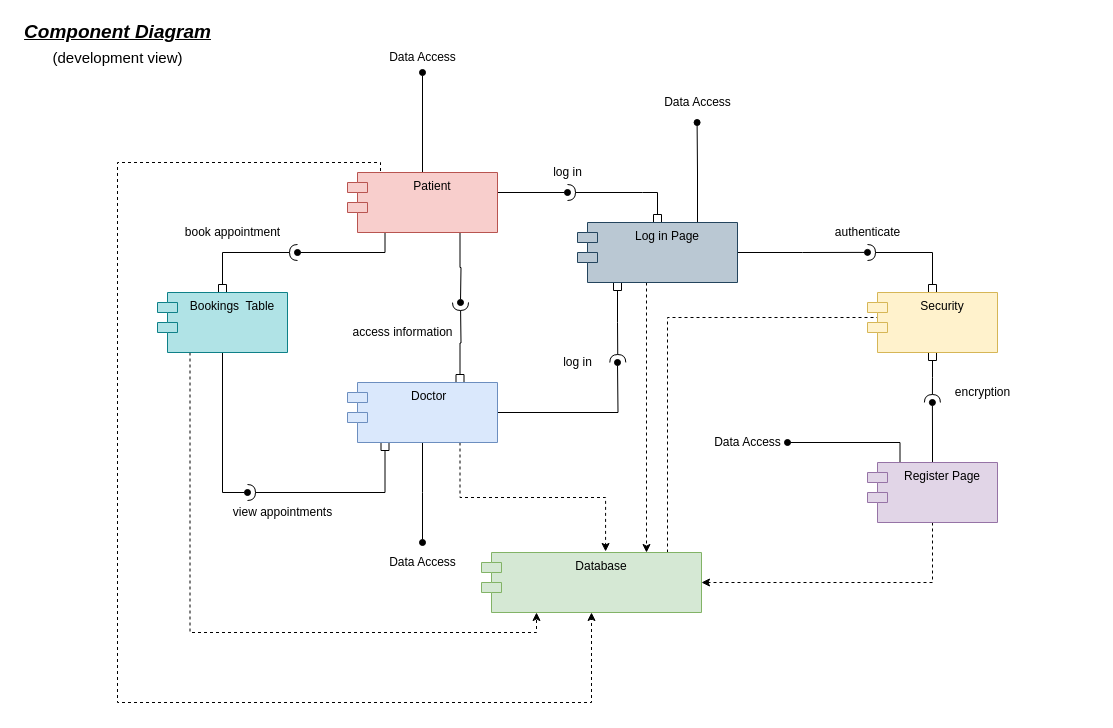
The draw.io diagram case diagrams sprint 2/Component Diagram.drawio in MayibongweEyeMagic/Doctors_AID, before the edit. Source tidied: cells renumbered, new cells numbered last; positions are measured from the earlier drawing's top-left corner, leaving out a move shared by most shapes. Both pictures are drawn from the tidied source at 100%, with x=0, y=0 at pixel (17, 17).
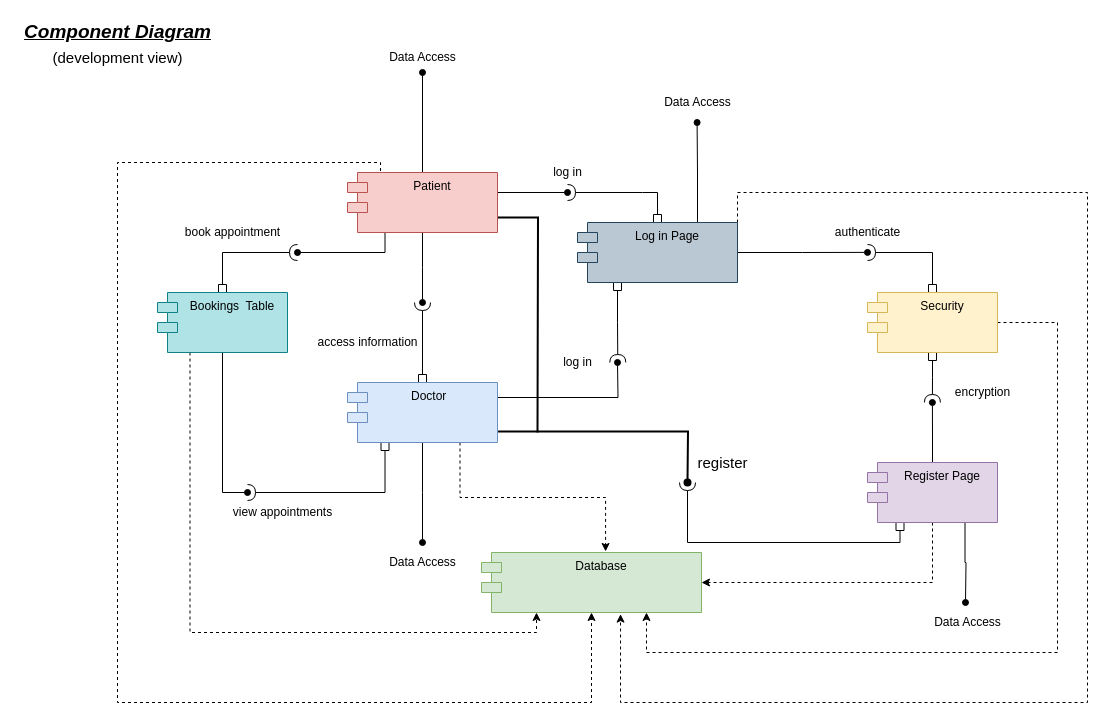
Above is the later version.

Unchanged cells that the change refers to:
```xml
<mxCell id="7" value="Patient" style="shape=module;align=left;spacingLeft=20;align=center;verticalAlign=top;fillColor=#f8cecc;strokeColor=#b85450;" parent="1" vertex="1">
  <mxGeometry x="330" y="155" width="150" height="60" as="geometry" />
</mxCell>
<mxCell id="13" value="Doctor  " style="shape=module;align=left;spacingLeft=20;align=center;verticalAlign=top;fillColor=#dae8fc;strokeColor=#6c8ebf;" parent="1" vertex="1">
  <mxGeometry x="330" y="365" width="150" height="60" as="geometry" />
</mxCell>
<mxCell id="17" value="Security" style="shape=module;align=left;spacingLeft=20;align=center;verticalAlign=top;fillColor=#fff2cc;strokeColor=#d6b656;" parent="1" vertex="1">
  <mxGeometry x="850" y="275" width="130" height="60" as="geometry" />
</mxCell>
<mxCell id="22" value="Database" style="shape=module;align=left;spacingLeft=20;align=center;verticalAlign=top;fillColor=#d5e8d4;strokeColor=#82b366;" parent="1" vertex="1">
  <mxGeometry x="464" y="535" width="220" height="60" as="geometry" />
</mxCell>
<mxCell id="28" value="Log in Page" style="shape=module;align=left;spacingLeft=20;align=center;verticalAlign=top;fillColor=#bac8d3;strokeColor=#23445d;" parent="1" vertex="1">
  <mxGeometry x="560" y="205" width="160" height="60" as="geometry" />
</mxCell>
<mxCell id="37" value="Register Page" style="shape=module;align=left;spacingLeft=20;align=center;verticalAlign=top;fillColor=#e1d5e7;strokeColor=#9673a6;" parent="1" vertex="1">
  <mxGeometry x="850" y="445" width="130" height="60" as="geometry" />
</mxCell>
```

Diff of the diagram source:
```diff
@@
-    <mxCell id="5" style="edgeStyle=orthogonalEdgeStyle;rounded=0;jettySize=auto;html=1;exitX=0.75;exitY=1;exitDx=0;exitDy=0;endArrow=oval;endFill=1;" parent="1" edge="1" source="7">
+    <mxCell id="5" style="edgeStyle=orthogonalEdgeStyle;rounded=0;jettySize=auto;html=1;exitX=0.5;exitY=1;exitDx=0;exitDy=0;endArrow=oval;endFill=1;" parent="1" edge="1" source="7">
       <mxGeometry relative="1" as="geometry">
-        <mxPoint x="443" y="285" as="targetPoint" />
+        <mxPoint x="405" y="285" as="targetPoint" />
       </mxGeometry>
     </mxCell>
@@
+    <mxCell id="46" style="edgeStyle=orthogonalEdgeStyle;rounded=0;jettySize=auto;html=1;exitX=1;exitY=0.75;exitDx=0;exitDy=0;fontSize=15;startArrow=none;startFill=0;endArrow=none;endFill=0;strokeWidth=2;" parent="1" edge="1" source="7">
+      <mxGeometry relative="1" as="geometry">
+        <mxPoint x="520" y="415" as="targetPoint" />
+      </mxGeometry>
+    </mxCell>
@@
-    <mxCell id="10" style="edgeStyle=orthogonalEdgeStyle;rounded=0;jettySize=auto;html=1;exitX=0.75;exitY=0;exitDx=0;exitDy=0;endArrow=halfCircle;endFill=0;startArrow=box;startFill=0;" parent="1" edge="1" source="13">
+    <mxCell id="10" style="edgeStyle=orthogonalEdgeStyle;rounded=0;jettySize=auto;html=1;exitX=0.5;exitY=0;exitDx=0;exitDy=0;endArrow=halfCircle;endFill=0;startArrow=box;startFill=0;" parent="1" edge="1" source="13">
       <mxGeometry relative="1" as="geometry">
-        <mxPoint x="443" y="285" as="targetPoint" />
+        <mxPoint x="405" y="285" as="targetPoint" />
       </mxGeometry>
     </mxCell>
-    <mxCell id="11" style="edgeStyle=orthogonalEdgeStyle;rounded=0;jettySize=auto;html=1;exitX=1;exitY=0.5;exitDx=0;exitDy=0;endArrow=oval;endFill=1;" parent="1" edge="1" source="13">
+    <mxCell id="11" style="edgeStyle=orthogonalEdgeStyle;rounded=0;jettySize=auto;html=1;exitX=1;exitY=0.25;exitDx=0;exitDy=0;endArrow=oval;endFill=1;" parent="1" edge="1" source="13">
       <mxGeometry relative="1" as="geometry">
         <mxPoint x="600" y="345" as="targetPoint" />
       </mxGeometry>
     </mxCell>
@@
+    <mxCell id="47" style="edgeStyle=orthogonalEdgeStyle;rounded=0;jettySize=auto;html=1;exitX=1.004;exitY=0.816;exitDx=0;exitDy=0;fontSize=15;startArrow=none;startFill=0;endArrow=oval;endFill=1;strokeWidth=2;exitPerimeter=0;" parent="1" edge="1" source="13">
+      <mxGeometry relative="1" as="geometry">
+        <mxPoint x="670" y="465" as="targetPoint" />
+      </mxGeometry>
+    </mxCell>
@@
-    <mxCell id="14" style="edgeStyle=orthogonalEdgeStyle;rounded=0;jettySize=auto;html=1;exitX=0;exitY=0.75;exitDx=10;exitDy=0;exitPerimeter=0;entryX=0.841;entryY=-0.017;entryDx=0;entryDy=0;endArrow=classic;endFill=1;entryPerimeter=0;dashed=1;" parent="1" edge="1" source="17" target="22">
+    <mxCell id="14" style="edgeStyle=orthogonalEdgeStyle;rounded=0;jettySize=auto;html=1;exitX=1;exitY=0.5;exitDx=0;exitDy=0;entryX=0.75;entryY=1;entryDx=0;entryDy=0;endArrow=classic;endFill=1;dashed=1;" parent="1" edge="1" source="17" target="22">
       <mxGeometry relative="1" as="geometry">
         <Array as="points">
-          <mxPoint x="650" y="300" />
-          <mxPoint x="650" y="535" />
+          <mxPoint x="1040" y="305" />
+          <mxPoint x="1040" y="635" />
+          <mxPoint x="629" y="635" />
         </Array>
       </mxGeometry>
     </mxCell>
@@
-    <mxCell id="23" style="edgeStyle=orthogonalEdgeStyle;rounded=0;jettySize=auto;html=1;endArrow=classic;endFill=1;dashed=1;" parent="1" edge="1" source="28">
+    <mxCell id="23" style="edgeStyle=orthogonalEdgeStyle;rounded=0;jettySize=auto;html=1;endArrow=classic;endFill=1;dashed=1;exitX=1;exitY=0;exitDx=0;exitDy=0;entryX=0.632;entryY=1.027;entryDx=0;entryDy=0;entryPerimeter=0;" parent="1" edge="1" source="28" target="22">
       <mxGeometry relative="1" as="geometry">
-        <mxPoint x="629" y="535" as="targetPoint" />
         <Array as="points">
-          <mxPoint x="629" y="325" />
-          <mxPoint x="629" y="325" />
+          <mxPoint x="720" y="175" />
+          <mxPoint x="1070" y="175" />
+          <mxPoint x="1070" y="685" />
+          <mxPoint x="603" y="685" />
         </Array>
       </mxGeometry>
     </mxCell>
@@
     <mxCell id="32" value="access information" style="text;html=1;align=center;verticalAlign=middle;strokeColor=none;fontColor=none;" parent="1" vertex="1">
-      <mxGeometry x="325" y="305" width="120" height="20" as="geometry" />
+      <mxGeometry x="290" y="315" width="120" height="20" as="geometry" />
     </mxCell>
@@
-    <mxCell id="36" style="edgeStyle=orthogonalEdgeStyle;rounded=0;jettySize=auto;html=1;exitX=0.25;exitY=0;exitDx=0;exitDy=0;endArrow=oval;endFill=1;" parent="1" edge="1" source="37">
-      <mxGeometry relative="1" as="geometry">
-        <mxPoint x="770" y="425" as="targetPoint" />
-        <Array as="points">
-          <mxPoint x="883" y="425" />
-        </Array>
-      </mxGeometry>
-    </mxCell>
+    <mxCell id="48" style="edgeStyle=orthogonalEdgeStyle;rounded=0;jettySize=auto;html=1;exitX=0.25;exitY=1;exitDx=0;exitDy=0;fontSize=15;startArrow=box;startFill=0;endArrow=halfCircle;endFill=0;" parent="1" edge="1" source="37">
+      <mxGeometry relative="1" as="geometry">
+        <mxPoint x="670" y="465" as="targetPoint" />
+        <Array as="points">
+          <mxPoint x="883" y="525" />
+          <mxPoint x="670" y="525" />
+        </Array>
+      </mxGeometry>
+    </mxCell>
+    <mxCell id="49" style="edgeStyle=orthogonalEdgeStyle;rounded=0;jettySize=auto;html=1;exitX=0.75;exitY=1;exitDx=0;exitDy=0;fontSize=15;startArrow=none;startFill=0;endArrow=oval;endFill=1;" parent="1" edge="1" source="37">
+      <mxGeometry relative="1" as="geometry">
+        <mxPoint x="948" y="585" as="targetPoint" />
+      </mxGeometry>
+    </mxCell>
@@
     <mxCell id="43" value="Data Access" style="text;html=1;align=center;verticalAlign=middle;strokeColor=none;fontColor=none;" parent="1" vertex="1">
-      <mxGeometry x="690" y="415" width="80" height="20" as="geometry" />
+      <mxGeometry x="910" y="595" width="80" height="20" as="geometry" />
     </mxCell>
@@
+    <mxCell id="50" value="register" style="text;html=1;align=center;verticalAlign=middle;strokeColor=none;fontSize=15;" parent="1" vertex="1">
+      <mxGeometry x="670" y="435" width="70" height="20" as="geometry" />
+    </mxCell>
```
